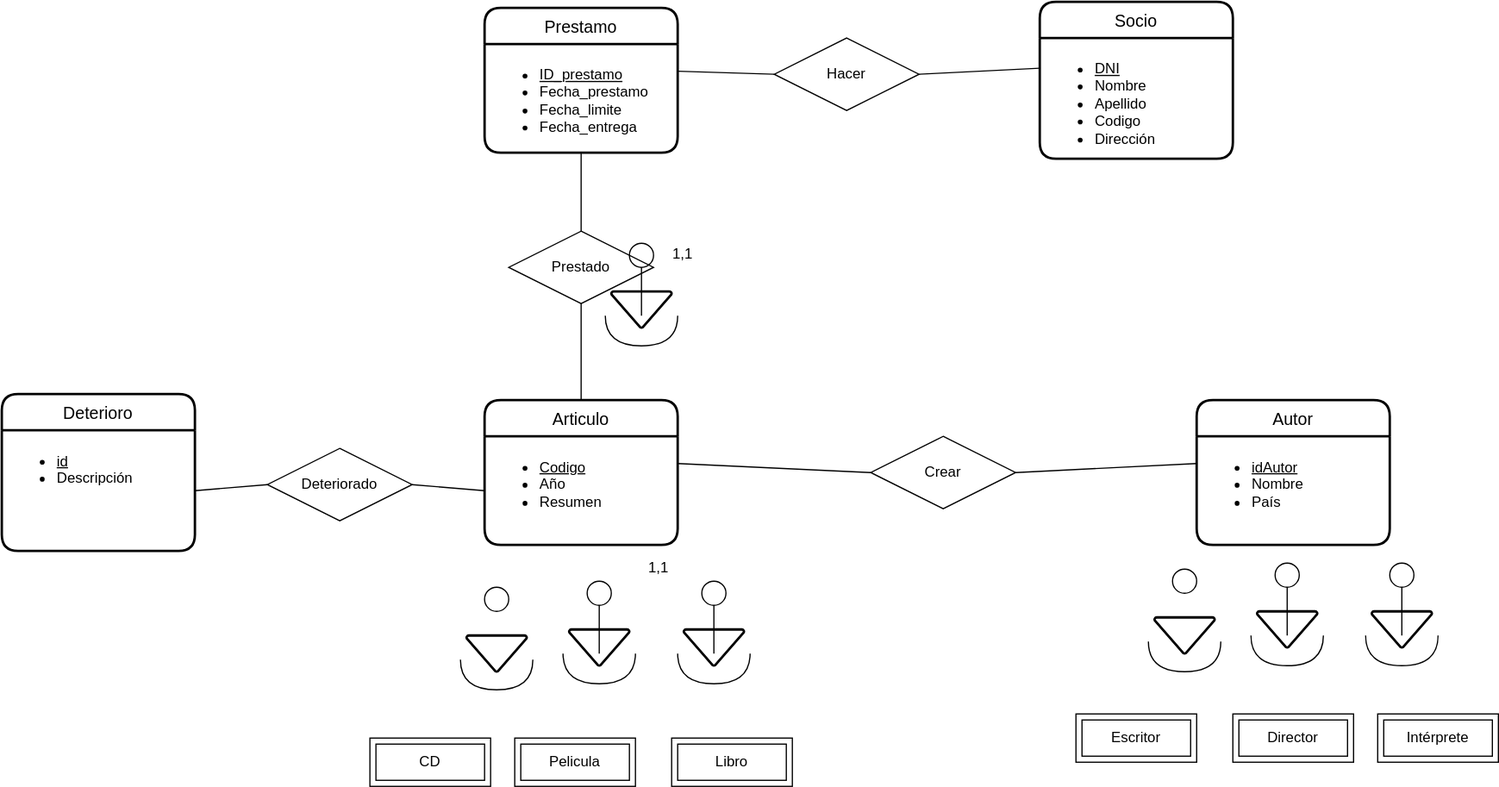
Above: UD12-6.svg in Jimxx22/C3-UD11-UML (draw.io), before the change. Source tidied: cells renumbered, new cells last; positions are measured from the earlier drawing's top-left corner, leaving out a move shared by most shapes.
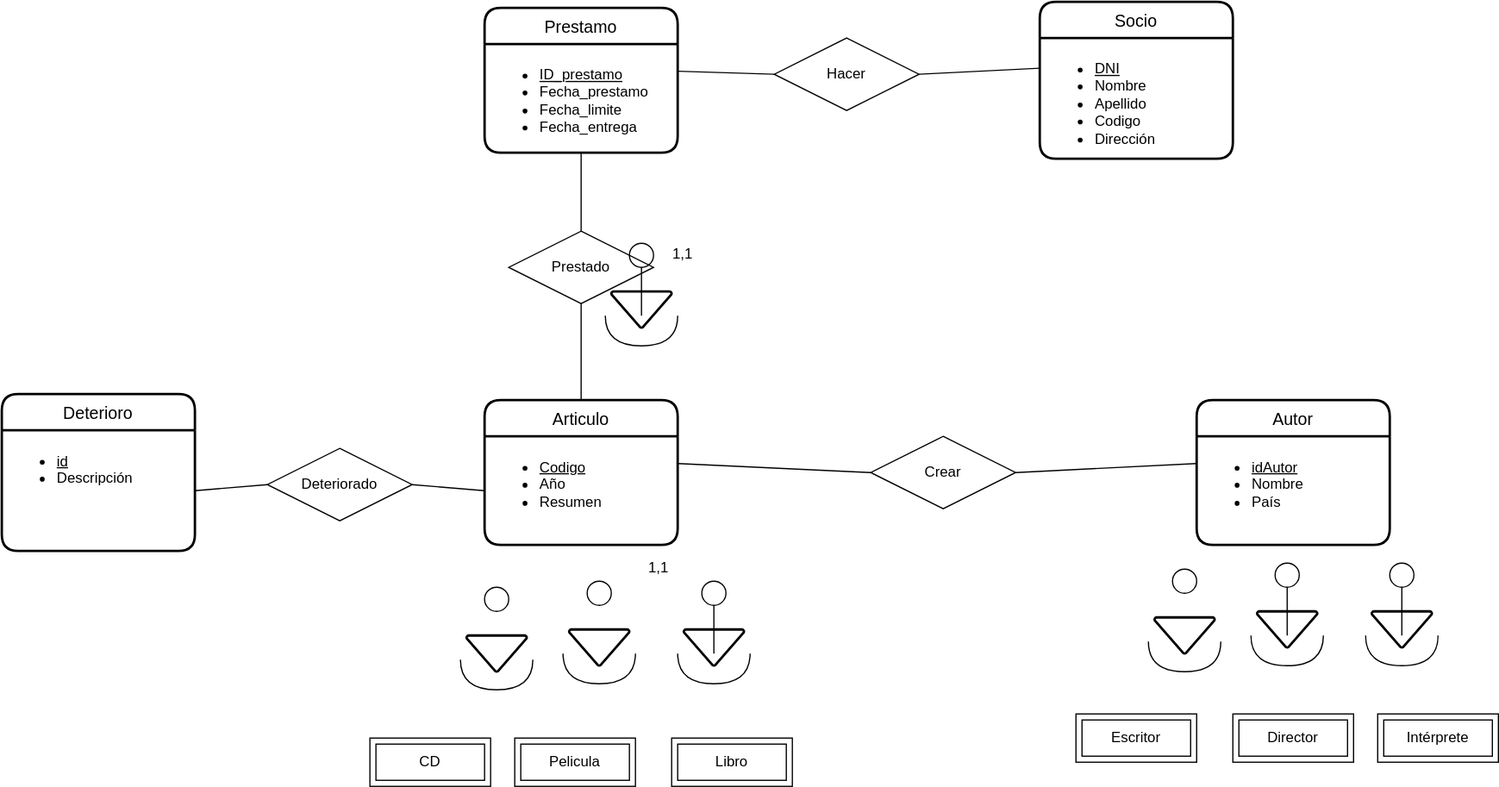
The same file after the commit.

Diff of the diagram source:
```diff
@@ -119,9 +119,6 @@
     <mxCell id="40" style="strokeWidth=2;html=1;shape=mxgraph.flowchart.merge_or_storage;whiteSpace=wrap;rounded=0;glass=0;fillColor=none;" parent="1" vertex="1">
       <mxGeometry x="470" y="520" width="50" height="30" as="geometry" />
     </mxCell>
-    <mxCell id="41" style="edgeStyle=orthogonalEdgeStyle;rounded=0;jettySize=auto;html=1;endArrow=none;endFill=0;exitX=0.5;exitY=1;exitDx=0;exitDy=0;exitPerimeter=0;" parent="1" edge="1" source="42" target="43">
-      <mxGeometry relative="1" as="geometry" />
-    </mxCell>
     <mxCell id="42" style="verticalLabelPosition=bottom;verticalAlign=top;html=1;shape=mxgraph.flowchart.on-page_reference;rounded=0;glass=0;fillColor=none;" parent="1" vertex="1">
       <mxGeometry x="485" y="480" width="20" height="20" as="geometry" />
     </mxCell>
```
